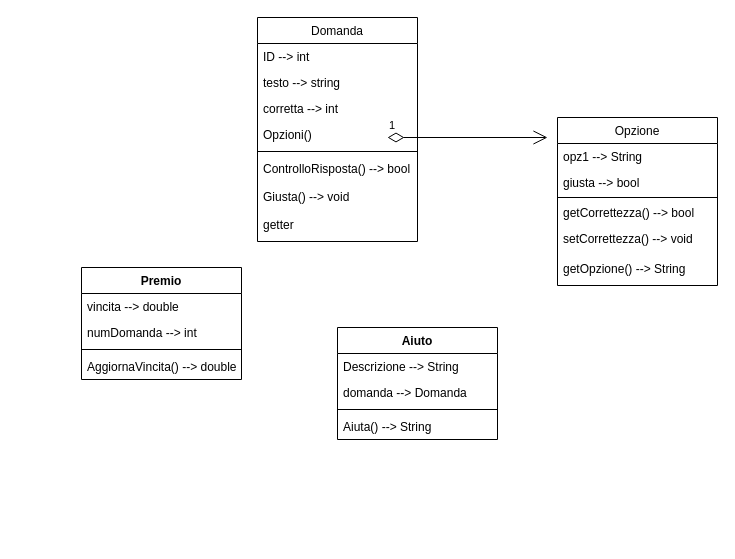
Before: Diagramma delle classi.drawio in FilloCaprari/Progetto-Info, a draw.io diagram. Source tidied: cells renumbered, new cells numbered last; positions are measured from the earlier drawing's top-left corner, leaving out a move shared by most shapes. Both pictures are drawn from the tidied source at 100%, with x=0, y=0 at pixel (81, 17).
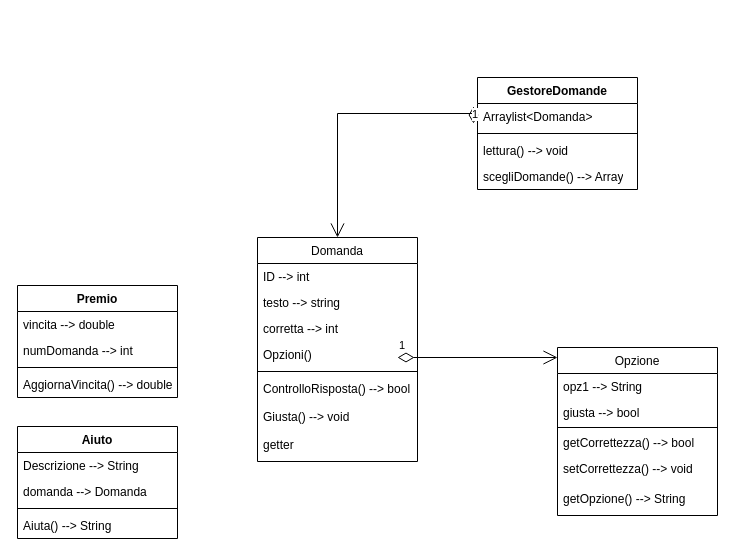
Above is the later version.

Diff of the diagram source:
```diff
@@
     <mxCell id="2" value="Domanda" style="swimlane;fontStyle=0;align=center;verticalAlign=top;horizontal=1;startSize=26;rounded=0;shadow=0;strokeWidth=1;" parent="1" vertex="1">
-      <mxGeometry x="176" width="160" height="224" as="geometry" />
+      <mxGeometry x="176" y="220" width="160" height="224" as="geometry" />
     </mxCell>
@@
     <mxCell id="11" value="Opzione" style="swimlane;fontStyle=0;align=center;verticalAlign=top;horizontal=1;startSize=26;rounded=0;shadow=0;strokeWidth=1;" parent="1" vertex="1">
-      <mxGeometry x="476" y="100" width="160" height="168" as="geometry" />
+      <mxGeometry x="476" y="330" width="160" height="168" as="geometry" />
     </mxCell>
@@
     <mxCell id="18" value="1" style="endArrow=open;html=1;endSize=12;startArrow=diamondThin;startSize=14;startFill=0;edgeStyle=orthogonalEdgeStyle;align=left;verticalAlign=bottom;rounded=0;" parent="1" edge="1">
       <mxGeometry x="-1" y="3" relative="1" as="geometry">
-        <mxPoint x="306" y="120" as="sourcePoint" />
-        <mxPoint x="466" y="120" as="targetPoint" />
+        <mxPoint x="316" y="340" as="sourcePoint" />
+        <mxPoint x="476" y="340" as="targetPoint" />
       </mxGeometry>
     </mxCell>
     <mxCell id="19" value="Premio" style="swimlane;fontStyle=1;align=center;verticalAlign=top;horizontal=1;startSize=26;whiteSpace=wrap;html=1;" parent="1" vertex="1">
-      <mxGeometry y="250" width="160" height="112" as="geometry" />
+      <mxGeometry x="-64" y="268" width="160" height="112" as="geometry" />
     </mxCell>
@@
     <mxCell id="24" value="Aiuto" style="swimlane;fontStyle=1;align=center;verticalAlign=top;horizontal=1;startSize=26;whiteSpace=wrap;html=1;" parent="1" vertex="1">
-      <mxGeometry x="256" y="310" width="160" height="112" as="geometry" />
+      <mxGeometry x="-64" y="409" width="160" height="112" as="geometry" />
     </mxCell>
@@
+    <mxCell id="29" value="GestoreDomande" style="swimlane;fontStyle=1;align=center;verticalAlign=top;horizontal=1;startSize=26;whiteSpace=wrap;html=1;" parent="1" vertex="1">
+      <mxGeometry x="396" y="60" width="160" height="112" as="geometry" />
+    </mxCell>
+    <mxCell id="30" value="Arraylist&amp;lt;Domanda&amp;gt;" style="text;strokeColor=none;fillColor=none;align=left;verticalAlign=top;spacingLeft=4;spacingRight=4;overflow=hidden;points=[[0,0.5],[1,0.5]];portConstraint=eastwest;whiteSpace=wrap;html=1;" parent="29" vertex="1">
+      <mxGeometry y="26" width="160" height="26" as="geometry" />
+    </mxCell>
+    <mxCell id="31" style="line;strokeWidth=1;fillColor=none;align=left;verticalAlign=middle;spacingTop=-1;spacingLeft=3;spacingRight=3;labelPosition=right;strokeColor=inherit;" parent="29" vertex="1">
+      <mxGeometry y="52" width="160" height="8" as="geometry" />
+    </mxCell>
+    <mxCell id="32" value="lettura() --&amp;gt; void" style="text;strokeColor=none;fillColor=none;align=left;verticalAlign=top;spacingLeft=4;spacingRight=4;overflow=hidden;whiteSpace=wrap;html=1;" parent="29" vertex="1">
+      <mxGeometry y="60" width="160" height="26" as="geometry" />
+    </mxCell>
+    <mxCell id="33" value="scegliDomande() --&amp;gt; Array" style="text;strokeColor=none;fillColor=none;align=left;verticalAlign=top;spacingLeft=4;spacingRight=4;overflow=hidden;whiteSpace=wrap;html=1;" parent="29" vertex="1">
+      <mxGeometry y="86" width="160" height="26" as="geometry" />
+    </mxCell>
+    <mxCell id="34" value="1" style="endArrow=open;html=1;endSize=12;startArrow=diamondThin;startSize=14;startFill=0;edgeStyle=orthogonalEdgeStyle;align=left;verticalAlign=bottom;rounded=0;exitX=-0.025;exitY=0.769;exitDx=0;exitDy=0;exitPerimeter=0;entryX=0.5;entryY=0;entryDx=0;entryDy=0;" parent="1" edge="1" source="30" target="2">
+      <mxGeometry x="-1" y="3" relative="1" as="geometry">
+        <Array as="points">
+          <mxPoint x="256" y="96" />
+        </Array>
+      </mxGeometry>
+    </mxCell>
```
